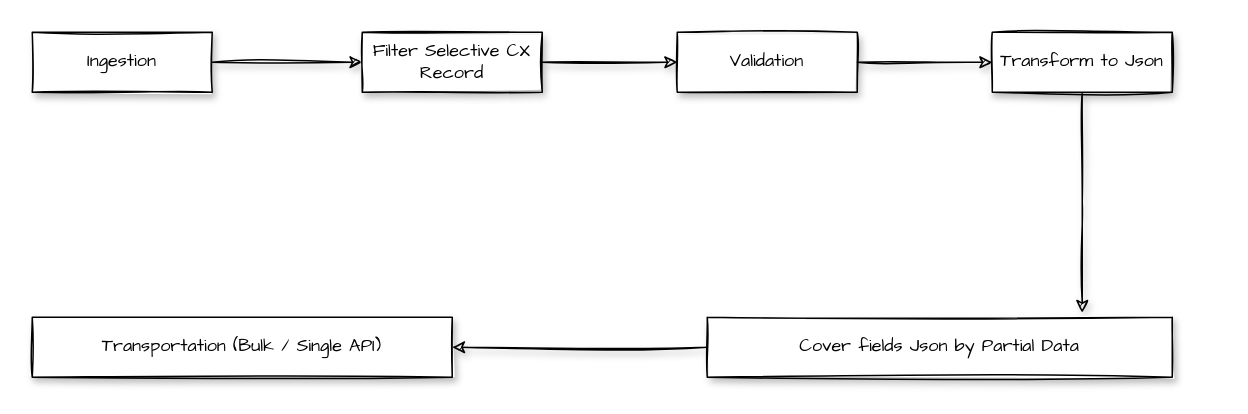
This is Data Patching Diagram.drawio from chankamlam/demo, a draw.io file, before an edit. Source tidied: cells renumbered, new cells numbered last; positions are measured from the earlier drawing's top-left corner, leaving out a move shared by most shapes. Both pictures are drawn from the tidied source at 150%, with x=0, y=0 at pixel (32, 32).
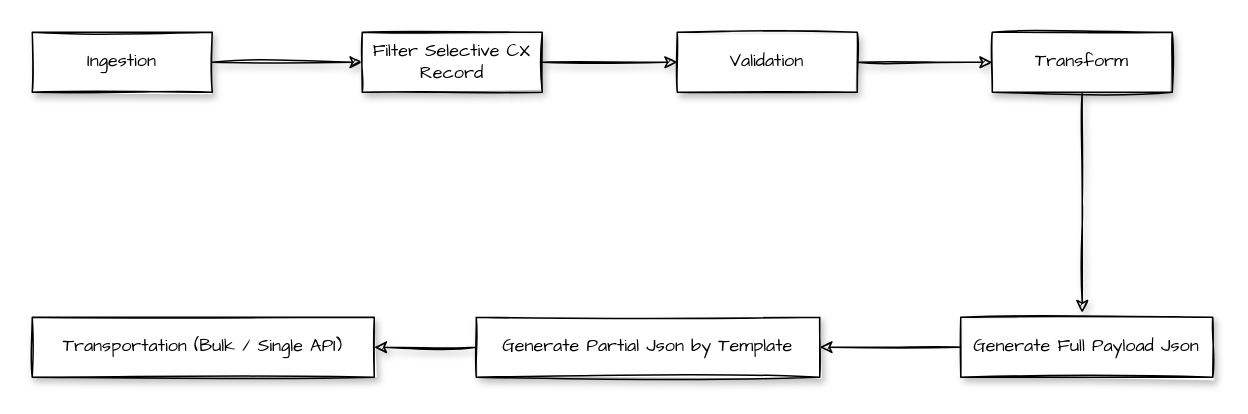
Above is the later version.

The edit, as a diff of the source:
```diff
@@
 <mxGraphModel>
   <root>
     <mxCell id="0" />
     <mxCell id="1" parent="0" />
     <mxCell id="2" style="edgeStyle=orthogonalEdgeStyle;rounded=0;jettySize=auto;html=1;exitX=1;exitY=0.5;exitDx=0;exitDy=0;entryX=0;entryY=0.5;entryDx=0;entryDy=0;fontFamily=Comic Sans MS;sketch=1;shadow=1;" parent="1" edge="1" source="3" target="5">
       <mxGeometry relative="1" as="geometry" />
     </mxCell>
     <mxCell id="3" value="Ingestion" style="rounded=0;whiteSpace=wrap;html=1;sketch=1;shadow=1;fontFamily=Comic Sans MS;" parent="1" vertex="1">
       <mxGeometry width="120" height="40" as="geometry" />
     </mxCell>
     <mxCell id="4" style="edgeStyle=orthogonalEdgeStyle;rounded=0;jettySize=auto;html=1;exitX=1;exitY=0.5;exitDx=0;exitDy=0;fontFamily=Comic Sans MS;sketch=1;shadow=1;" parent="1" edge="1" source="5" target="7">
       <mxGeometry relative="1" as="geometry" />
     </mxCell>
     <mxCell id="5" value="Filter Selective CX Record" style="rounded=0;whiteSpace=wrap;html=1;sketch=1;shadow=1;fontFamily=Comic Sans MS;" parent="1" vertex="1">
       <mxGeometry x="220" width="120" height="40" as="geometry" />
     </mxCell>
     <mxCell id="6" style="edgeStyle=orthogonalEdgeStyle;rounded=0;jettySize=auto;html=1;exitX=1;exitY=0.5;exitDx=0;exitDy=0;entryX=0;entryY=0.5;entryDx=0;entryDy=0;fontFamily=Comic Sans MS;sketch=1;shadow=1;" parent="1" edge="1" source="7" target="9">
       <mxGeometry relative="1" as="geometry" />
     </mxCell>
     <mxCell id="7" value="Validation" style="rounded=0;whiteSpace=wrap;html=1;sketch=1;shadow=1;fontFamily=Comic Sans MS;" parent="1" vertex="1">
       <mxGeometry x="430" width="120" height="40" as="geometry" />
     </mxCell>
     <mxCell id="8" style="edgeStyle=orthogonalEdgeStyle;rounded=0;jettySize=auto;html=1;exitX=0.5;exitY=1;exitDx=0;exitDy=0;entryX=0.417;entryY=-0.075;entryDx=0;entryDy=0;entryPerimeter=0;fontFamily=Comic Sans MS;sketch=1;shadow=1;" parent="1" edge="1" source="9">
       <mxGeometry relative="1" as="geometry">
         <mxPoint x="700" y="187" as="targetPoint" />
       </mxGeometry>
     </mxCell>
-    <mxCell id="9" value="Transform to Json" style="rounded=0;whiteSpace=wrap;html=1;sketch=1;shadow=1;fontFamily=Comic Sans MS;" parent="1" vertex="1">
+    <mxCell id="9" value="Transform" style="rounded=0;whiteSpace=wrap;html=1;sketch=1;shadow=1;fontFamily=Comic Sans MS;" parent="1" vertex="1">
       <mxGeometry x="640" width="120" height="40" as="geometry" />
     </mxCell>
     <mxCell id="10" value="Transportation (Bulk / Single API)" style="rounded=0;whiteSpace=wrap;html=1;sketch=1;shadow=1;fontFamily=Comic Sans MS;" parent="1" vertex="1">
-      <mxGeometry y="190" width="280" height="40" as="geometry" />
+      <mxGeometry y="190" width="228" height="40" as="geometry" />
     </mxCell>
     <mxCell id="11" style="edgeStyle=orthogonalEdgeStyle;rounded=0;jettySize=auto;html=1;exitX=0;exitY=0.5;exitDx=0;exitDy=0;entryX=1;entryY=0.5;entryDx=0;entryDy=0;fontFamily=Comic Sans MS;sketch=1;shadow=1;" parent="1" edge="1" source="12" target="10">
       <mxGeometry relative="1" as="geometry" />
     </mxCell>
-    <mxCell id="12" value="Cover fields Json by Partial Data" style="rounded=0;whiteSpace=wrap;html=1;sketch=1;shadow=1;fontFamily=Comic Sans MS;" parent="1" vertex="1">
-      <mxGeometry x="450" y="190" width="310" height="40" as="geometry" />
+    <mxCell id="12" value="Generate Partial Json by Template" style="rounded=0;whiteSpace=wrap;html=1;sketch=1;shadow=1;fontFamily=Comic Sans MS;" parent="1" vertex="1">
+      <mxGeometry x="296" y="190" width="229" height="40" as="geometry" />
     </mxCell>
+    <mxCell id="13" style="edgeStyle=orthogonalEdgeStyle;rounded=0;jettySize=auto;html=1;exitX=0;exitY=0.5;exitDx=0;exitDy=0;entryX=1;entryY=0.5;entryDx=0;entryDy=0;sketch=1;fontFamily=Comic Sans MS;" parent="1" edge="1" source="14" target="12">
+      <mxGeometry relative="1" as="geometry" />
+    </mxCell>
+    <mxCell id="14" value="Generate Full Payload Json" style="rounded=0;whiteSpace=wrap;html=1;sketch=1;shadow=1;fontFamily=Comic Sans MS;" parent="1" vertex="1">
+      <mxGeometry x="619" y="190" width="168" height="40" as="geometry" />
+    </mxCell>
   </root>
 </mxGraphModel>
```
